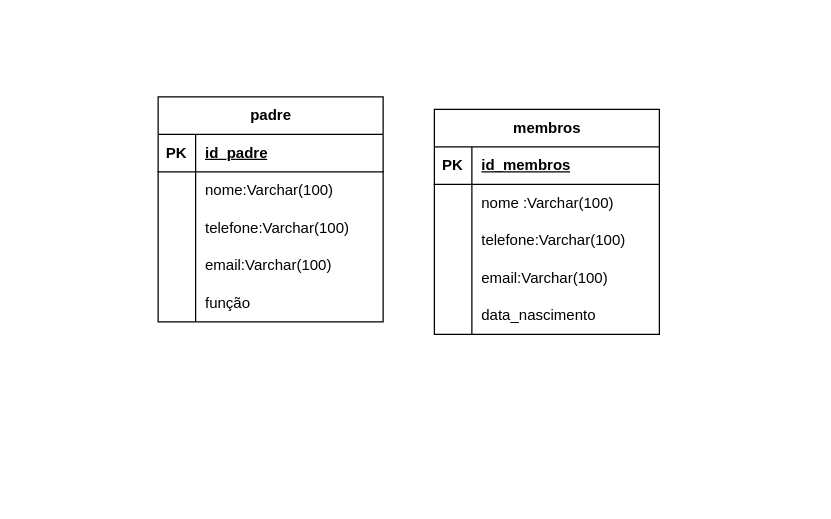
Before: Modelo_er.drawio in mateus206/Pap_Mario_Gerry, a draw.io diagram. Source tidied: cells renumbered, new cells numbered last; positions are measured from the earlier drawing's top-left corner, leaving out a move shared by most shapes. Both pictures are drawn from the tidied source at 125%, with x=0, y=0 at pixel (158, 96).
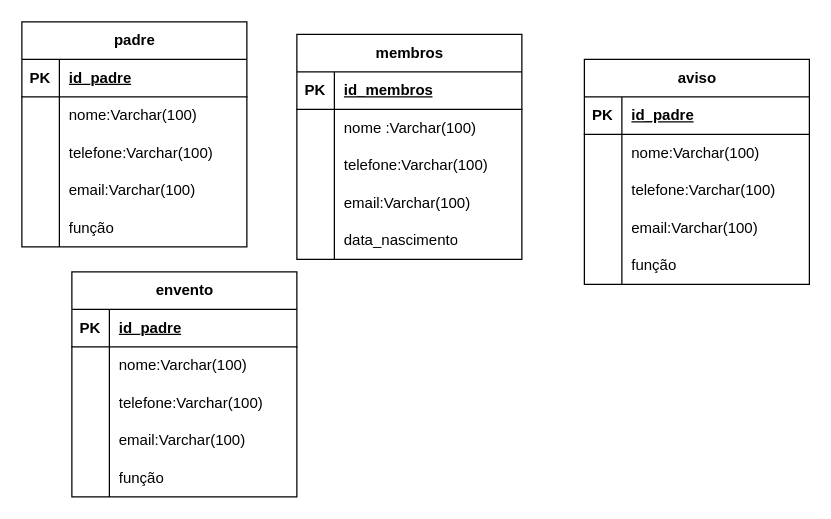
The same diagram, later.

Commit message:
Criação do mod er.

What changed in the source:
```diff
@@
     <mxCell id="2" value="padre" style="shape=table;startSize=30;childLayout=tableLayout;rowLines=0;fontStyle=1;align=center;html=1;" parent="1" vertex="1">
-      <mxGeometry width="180" height="180" as="geometry" />
+      <mxGeometry x="-109" y="-60" width="180" height="180" as="geometry" />
     </mxCell>
@@
     <mxCell id="18" value="membros" style="shape=table;startSize=30;childLayout=tableLayout;rowLines=0;fontStyle=1;align=center;html=1;" parent="1" vertex="1">
-      <mxGeometry x="221" y="10" width="180" height="180" as="geometry" />
+      <mxGeometry x="111" y="-50" width="180" height="180" as="geometry" />
     </mxCell>
@@
+    <mxCell id="34" value="envento" style="shape=table;startSize=30;childLayout=tableLayout;rowLines=0;fontStyle=1;align=center;html=1;" parent="1" vertex="1">
+      <mxGeometry x="-69" y="140" width="180" height="180" as="geometry" />
+    </mxCell>
+    <mxCell id="35" style="shape=tableRow;horizontal=0;startSize=0;swimlaneHead=0;swimlaneBody=0;fillColor=none;top=0;left=0;right=0;bottom=1;" parent="34" vertex="1">
+      <mxGeometry y="30" width="180" height="30" as="geometry" />
+    </mxCell>
+    <mxCell id="36" value="PK" style="shape=partialRectangle;fillColor=none;top=0;left=0;bottom=0;right=0;fontStyle=1;overflow=hidden;whiteSpace=wrap;html=1;" parent="35" vertex="1">
+      <mxGeometry width="30" height="30" as="geometry" />
+    </mxCell>
+    <mxCell id="37" value="id_padre" style="shape=partialRectangle;fillColor=none;top=0;left=0;bottom=0;right=0;align=left;spacingLeft=6;fontStyle=5;overflow=hidden;whiteSpace=wrap;html=1;" parent="35" vertex="1">
+      <mxGeometry x="30" width="150" height="30" as="geometry" />
+    </mxCell>
+    <mxCell id="38" style="shape=tableRow;horizontal=0;startSize=0;swimlaneHead=0;swimlaneBody=0;fillColor=none;top=0;left=0;right=0;bottom=0;" parent="34" vertex="1">
+      <mxGeometry y="60" width="180" height="30" as="geometry" />
+    </mxCell>
+    <mxCell id="39" style="shape=partialRectangle;fillColor=none;top=0;left=0;bottom=0;right=0;overflow=hidden;whiteSpace=wrap;html=1;" parent="38" vertex="1">
+      <mxGeometry width="30" height="30" as="geometry" />
+    </mxCell>
+    <mxCell id="40" value="nome:Varchar(100)" style="shape=partialRectangle;fillColor=none;top=0;left=0;bottom=0;right=0;align=left;spacingLeft=6;overflow=hidden;whiteSpace=wrap;html=1;" parent="38" vertex="1">
+      <mxGeometry x="30" width="150" height="30" as="geometry" />
+    </mxCell>
+    <mxCell id="41" style="shape=tableRow;horizontal=0;startSize=0;swimlaneHead=0;swimlaneBody=0;fillColor=none;top=0;left=0;right=0;bottom=0;" parent="34" vertex="1">
+      <mxGeometry y="90" width="180" height="30" as="geometry" />
+    </mxCell>
+    <mxCell id="42" style="shape=partialRectangle;fillColor=none;top=0;left=0;bottom=0;right=0;overflow=hidden;whiteSpace=wrap;html=1;" parent="41" vertex="1">
+      <mxGeometry width="30" height="30" as="geometry" />
+    </mxCell>
+    <mxCell id="43" value="telefone:Varchar(100)" style="shape=partialRectangle;fillColor=none;top=0;left=0;bottom=0;right=0;align=left;spacingLeft=6;overflow=hidden;whiteSpace=wrap;html=1;" parent="41" vertex="1">
+      <mxGeometry x="30" width="150" height="30" as="geometry" />
+    </mxCell>
+    <mxCell id="44" style="shape=tableRow;horizontal=0;startSize=0;swimlaneHead=0;swimlaneBody=0;fillColor=none;top=0;left=0;right=0;bottom=0;" parent="34" vertex="1">
+      <mxGeometry y="120" width="180" height="30" as="geometry" />
+    </mxCell>
+    <mxCell id="45" style="shape=partialRectangle;fillColor=none;top=0;left=0;bottom=0;right=0;overflow=hidden;whiteSpace=wrap;html=1;" parent="44" vertex="1">
+      <mxGeometry width="30" height="30" as="geometry" />
+    </mxCell>
+    <mxCell id="46" value="email:Varchar(100)" style="shape=partialRectangle;fillColor=none;top=0;left=0;bottom=0;right=0;align=left;spacingLeft=6;overflow=hidden;whiteSpace=wrap;html=1;" parent="44" vertex="1">
+      <mxGeometry x="30" width="150" height="30" as="geometry" />
+    </mxCell>
+    <mxCell id="47" style="shape=tableRow;horizontal=0;startSize=0;swimlaneHead=0;swimlaneBody=0;fillColor=none;top=0;left=0;right=0;bottom=0;" parent="34" vertex="1">
+      <mxGeometry y="150" width="180" height="30" as="geometry" />
+    </mxCell>
+    <mxCell id="48" style="shape=partialRectangle;fillColor=none;top=0;left=0;bottom=0;right=0;overflow=hidden;whiteSpace=wrap;html=1;" parent="47" vertex="1">
+      <mxGeometry width="30" height="30" as="geometry" />
+    </mxCell>
+    <mxCell id="49" value="função" style="shape=partialRectangle;fillColor=none;top=0;left=0;bottom=0;right=0;align=left;spacingLeft=6;overflow=hidden;whiteSpace=wrap;html=1;" parent="47" vertex="1">
+      <mxGeometry x="30" width="150" height="30" as="geometry" />
+    </mxCell>
+    <mxCell id="50" value="aviso" style="shape=table;startSize=30;childLayout=tableLayout;rowLines=0;fontStyle=1;align=center;html=1;" parent="1" vertex="1">
+      <mxGeometry x="341" y="-30" width="180" height="180" as="geometry" />
+    </mxCell>
+    <mxCell id="51" style="shape=tableRow;horizontal=0;startSize=0;swimlaneHead=0;swimlaneBody=0;fillColor=none;top=0;left=0;right=0;bottom=1;" parent="50" vertex="1">
+      <mxGeometry y="30" width="180" height="30" as="geometry" />
+    </mxCell>
+    <mxCell id="52" value="PK" style="shape=partialRectangle;fillColor=none;top=0;left=0;bottom=0;right=0;fontStyle=1;overflow=hidden;whiteSpace=wrap;html=1;" parent="51" vertex="1">
+      <mxGeometry width="30" height="30" as="geometry" />
+    </mxCell>
+    <mxCell id="53" value="id_padre" style="shape=partialRectangle;fillColor=none;top=0;left=0;bottom=0;right=0;align=left;spacingLeft=6;fontStyle=5;overflow=hidden;whiteSpace=wrap;html=1;" parent="51" vertex="1">
+      <mxGeometry x="30" width="150" height="30" as="geometry" />
+    </mxCell>
+    <mxCell id="54" style="shape=tableRow;horizontal=0;startSize=0;swimlaneHead=0;swimlaneBody=0;fillColor=none;top=0;left=0;right=0;bottom=0;" parent="50" vertex="1">
+      <mxGeometry y="60" width="180" height="30" as="geometry" />
+    </mxCell>
+    <mxCell id="55" style="shape=partialRectangle;fillColor=none;top=0;left=0;bottom=0;right=0;overflow=hidden;whiteSpace=wrap;html=1;" parent="54" vertex="1">
+      <mxGeometry width="30" height="30" as="geometry" />
+    </mxCell>
+    <mxCell id="56" value="nome:Varchar(100)" style="shape=partialRectangle;fillColor=none;top=0;left=0;bottom=0;right=0;align=left;spacingLeft=6;overflow=hidden;whiteSpace=wrap;html=1;" parent="54" vertex="1">
+      <mxGeometry x="30" width="150" height="30" as="geometry" />
+    </mxCell>
+    <mxCell id="57" style="shape=tableRow;horizontal=0;startSize=0;swimlaneHead=0;swimlaneBody=0;fillColor=none;top=0;left=0;right=0;bottom=0;" parent="50" vertex="1">
+      <mxGeometry y="90" width="180" height="30" as="geometry" />
+    </mxCell>
+    <mxCell id="58" style="shape=partialRectangle;fillColor=none;top=0;left=0;bottom=0;right=0;overflow=hidden;whiteSpace=wrap;html=1;" parent="57" vertex="1">
+      <mxGeometry width="30" height="30" as="geometry" />
+    </mxCell>
+    <mxCell id="59" value="telefone:Varchar(100)" style="shape=partialRectangle;fillColor=none;top=0;left=0;bottom=0;right=0;align=left;spacingLeft=6;overflow=hidden;whiteSpace=wrap;html=1;" parent="57" vertex="1">
+      <mxGeometry x="30" width="150" height="30" as="geometry" />
+    </mxCell>
+    <mxCell id="60" style="shape=tableRow;horizontal=0;startSize=0;swimlaneHead=0;swimlaneBody=0;fillColor=none;top=0;left=0;right=0;bottom=0;" parent="50" vertex="1">
+      <mxGeometry y="120" width="180" height="30" as="geometry" />
+    </mxCell>
+    <mxCell id="61" style="shape=partialRectangle;fillColor=none;top=0;left=0;bottom=0;right=0;overflow=hidden;whiteSpace=wrap;html=1;" parent="60" vertex="1">
+      <mxGeometry width="30" height="30" as="geometry" />
+    </mxCell>
+    <mxCell id="62" value="email:Varchar(100)" style="shape=partialRectangle;fillColor=none;top=0;left=0;bottom=0;right=0;align=left;spacingLeft=6;overflow=hidden;whiteSpace=wrap;html=1;" parent="60" vertex="1">
+      <mxGeometry x="30" width="150" height="30" as="geometry" />
+    </mxCell>
+    <mxCell id="63" style="shape=tableRow;horizontal=0;startSize=0;swimlaneHead=0;swimlaneBody=0;fillColor=none;top=0;left=0;right=0;bottom=0;" parent="50" vertex="1">
+      <mxGeometry y="150" width="180" height="30" as="geometry" />
+    </mxCell>
+    <mxCell id="64" style="shape=partialRectangle;fillColor=none;top=0;left=0;bottom=0;right=0;overflow=hidden;whiteSpace=wrap;html=1;" parent="63" vertex="1">
+      <mxGeometry width="30" height="30" as="geometry" />
+    </mxCell>
+    <mxCell id="65" value="função" style="shape=partialRectangle;fillColor=none;top=0;left=0;bottom=0;right=0;align=left;spacingLeft=6;overflow=hidden;whiteSpace=wrap;html=1;" parent="63" vertex="1">
+      <mxGeometry x="30" width="150" height="30" as="geometry" />
+    </mxCell>
```
